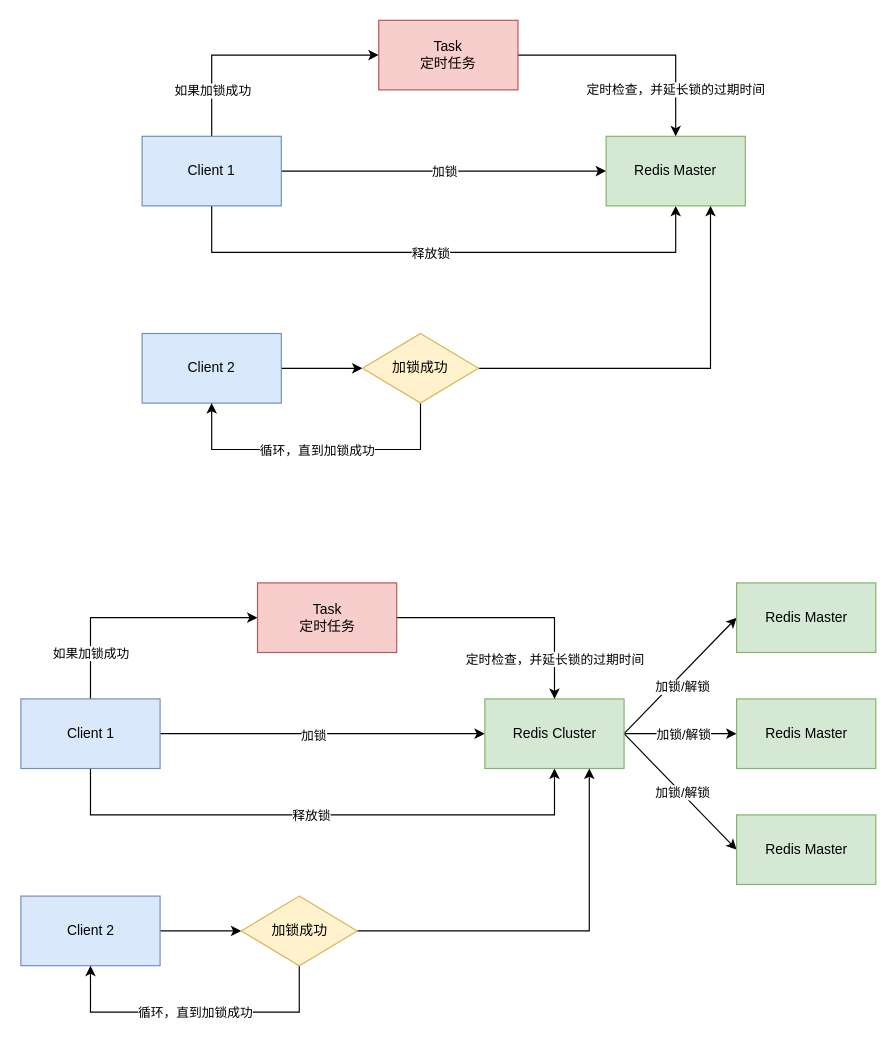
thebesteric/draw.io keeps this draw.io diagram as redis/distributed-lock.drawio. Above is the earlier version. Source tidied: cells renumbered, new cells numbered last; positions are measured from the earlier drawing's top-left corner, leaving out a move shared by most shapes. Both pictures are drawn from the tidied source at 116%, with x=0, y=0 at pixel (21, 20).
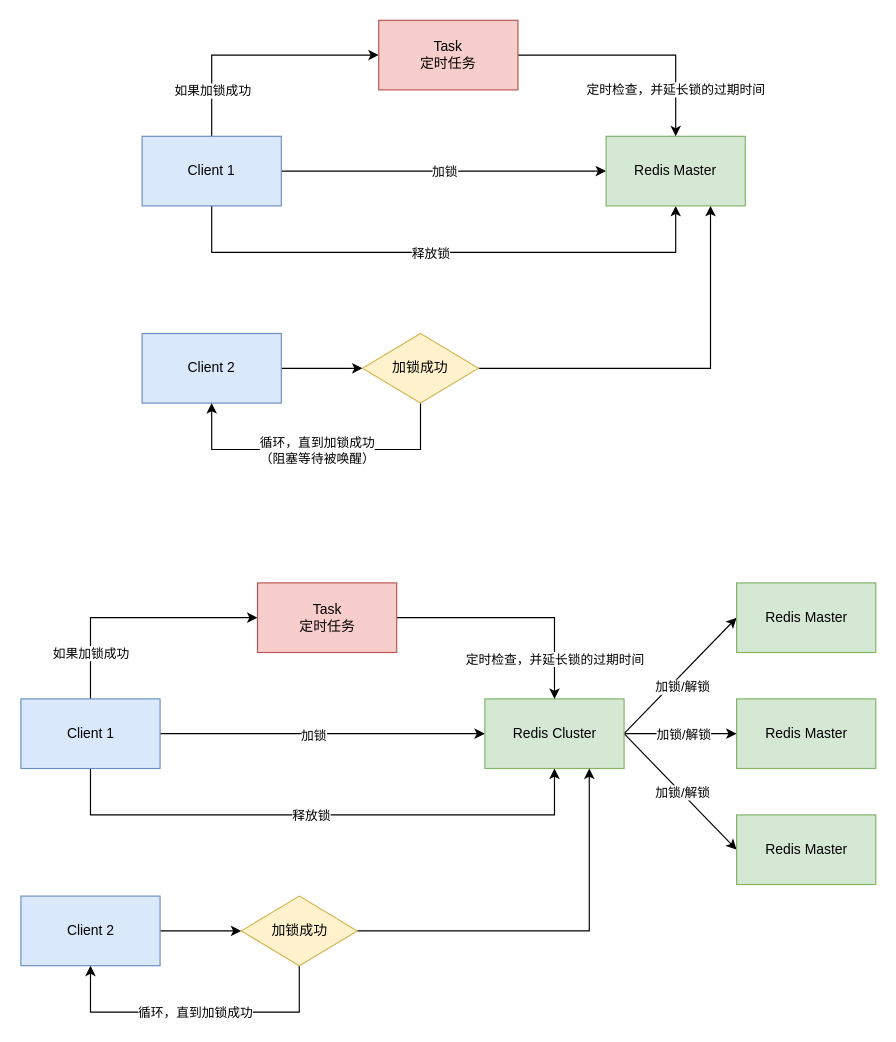
The same page after the edit.

Unchanged cells that the change refers to:
```xml
<mxCell id="16" style="edgeStyle=orthogonalEdgeStyle;rounded=0;jettySize=auto;html=1;exitX=0.5;exitY=1;exitDx=0;exitDy=0;entryX=0.5;entryY=1;entryDx=0;entryDy=0;" parent="1" edge="1" source="18" target="14">
  <mxGeometry relative="1" as="geometry">
    <Array as="points">
      <mxPoint x="344" y="370" />
      <mxPoint x="164" y="370" />
    </Array>
  </mxGeometry>
</mxCell>
```

Diff of the diagram source:
```diff
@@
-    <mxCell id="17" value="循环，直到加锁成功" style="edgeLabel;html=1;align=center;verticalAlign=middle;" parent="16" vertex="1">
+    <mxCell id="17" value="循环，直到加锁成功&lt;br&gt;（阻塞等待被唤醒）" style="edgeLabel;html=1;align=center;verticalAlign=middle;" parent="16" vertex="1">
       <mxGeometry x="-0.12" y="2" relative="1" as="geometry">
         <mxPoint x="-16" y="-2" as="offset" />
       </mxGeometry>
     </mxCell>
```
